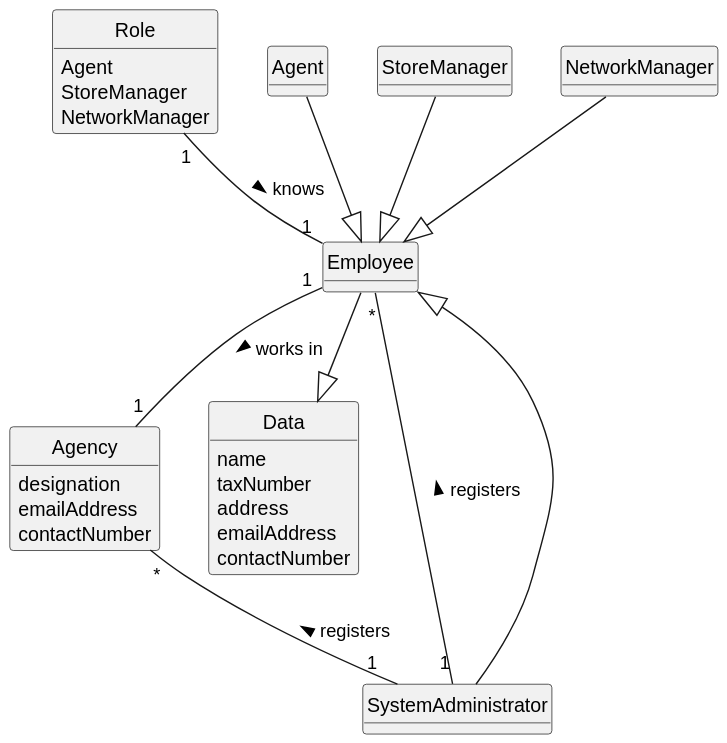
Before: docs/sprintB/us003/02.analysis/svg/us003-domain-model.svg, a diagram exported from PlantUML (rita-barbosa/LAPR2-2223).
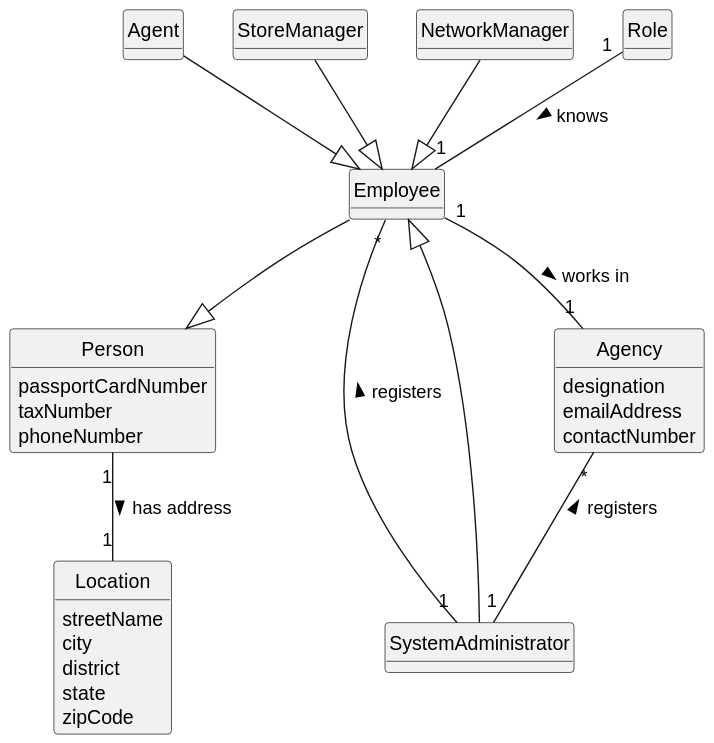
Later version of the same file.

Commit message:
Update all SVG's [ALL][Design].

Diff of the diagram source:
```diff
@@ -14,11 +14,6 @@
 
 class Employee {}
 
-class Role{
-Agent
-StoreManager
-NetworkManager
-}
 
 class Agent{
 }
@@ -28,14 +23,20 @@
 class NetworkManager{
 }
 
-class Data{
-name
+class Person{
+passportCardNumber
 taxNumber
-address
-emailAddress
-contactNumber
+phoneNumber
 }
 
+
+class Location{
+streetName
+city
+district
+state
+zipCode
+}
 
 class Agency {
 designation
@@ -48,10 +49,10 @@
 SystemAdministrator -|> Employee
 SystemAdministrator "1" -- "*" Employee: registers >
 SystemAdministrator "1" -up- "*" Agency: registers >
-
+Person "1" -- "1" Location: has address >
 Employee "1" -- "1" Agency: works in  >
 Role "1" -- "1" Employee: knows  >
-Data  <|-up-  Employee
+Person  <|-up-  Employee
 Agent  --|> Employee
 StoreManager --|> Employee
 NetworkManager --|> Employee
```
